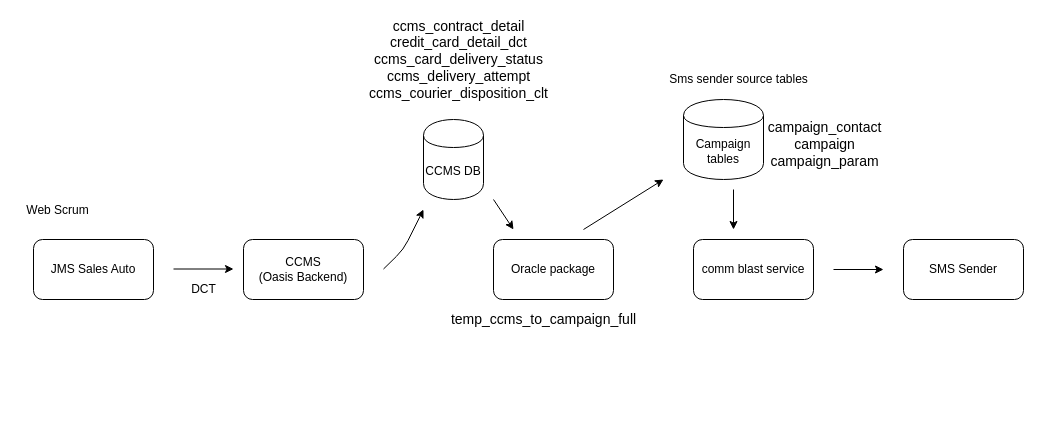
The draw.io diagram Untitled Diagram.drawio in JoemarieTeodoro/drawdotio, before the edit. Source tidied: cells renumbered, new cells numbered last; positions are measured from the earlier drawing's top-left corner, leaving out a move shared by most shapes. Both pictures are drawn from the tidied source at 100%, with x=0, y=0 at pixel (17, 19).
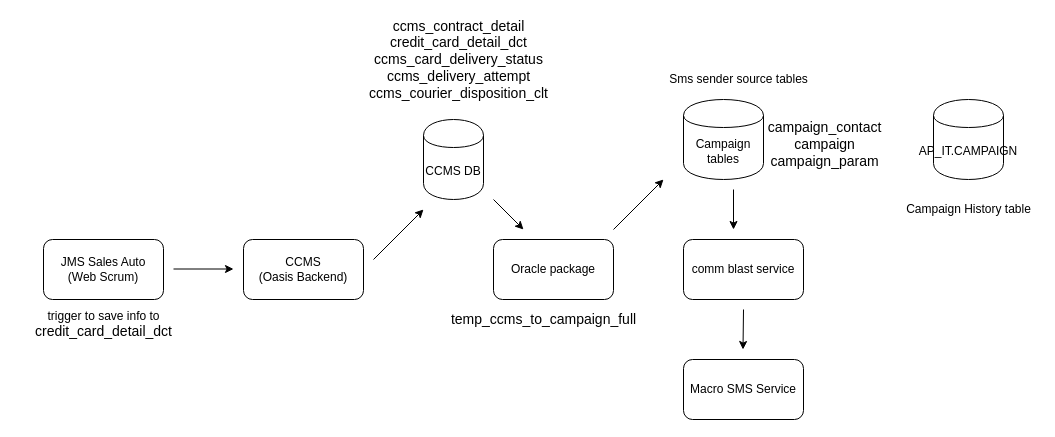
Above is the later version.

What changed in the source:
```diff
@@
-    <mxCell id="2" value="JMS Sales Auto" style="rounded=1;whiteSpace=wrap;html=1;" parent="1" vertex="1">
-      <mxGeometry x="16" y="220" width="120" height="60" as="geometry" />
+    <mxCell id="2" value="JMS Sales Auto&lt;br&gt;(&lt;span&gt;Web Scrum&lt;/span&gt;)" style="rounded=1;whiteSpace=wrap;html=1;" parent="1" vertex="1">
+      <mxGeometry x="26" y="220" width="120" height="60" as="geometry" />
     </mxCell>
@@
     <mxCell id="8" style="endArrow=classic;html=1;" parent="1" edge="1">
       <mxGeometry relative="1" as="geometry">
-        <mxPoint x="366" y="249.5" as="sourcePoint" />
+        <mxPoint x="356" y="240" as="sourcePoint" />
         <mxPoint x="406" y="190" as="targetPoint" />
-        <Array as="points">
-          <mxPoint x="386" y="230" />
-        </Array>
       </mxGeometry>
     </mxCell>
@@
     <mxCell id="10" style="endArrow=classic;html=1;" parent="1" edge="1">
       <mxGeometry relative="1" as="geometry">
-        <mxPoint x="566" y="210" as="sourcePoint" />
+        <mxPoint x="596" y="210" as="sourcePoint" />
         <mxPoint x="646" y="160" as="targetPoint" />
       </mxGeometry>
     </mxCell>
-    <mxCell id="11" value="SMS Sender" style="rounded=1;whiteSpace=wrap;html=1;" parent="1" vertex="1">
-      <mxGeometry x="886" y="220" width="120" height="60" as="geometry" />
+    <mxCell id="11" value="Macro SMS Service" style="rounded=1;whiteSpace=wrap;html=1;" parent="1" vertex="1">
+      <mxGeometry x="666" y="340" width="120" height="60" as="geometry" />
     </mxCell>
     <mxCell id="12" value="comm blast service&lt;br&gt;" style="rounded=1;whiteSpace=wrap;html=1;" parent="1" vertex="1">
-      <mxGeometry x="676" y="220" width="120" height="60" as="geometry" />
+      <mxGeometry x="666" y="220" width="120" height="60" as="geometry" />
     </mxCell>
     <mxCell id="13" style="endArrow=classic;html=1;" parent="1" edge="1">
       <mxGeometry relative="1" as="geometry">
-        <mxPoint x="816" y="250" as="sourcePoint" />
-        <mxPoint x="866" y="250" as="targetPoint" />
+        <mxPoint x="726" y="290" as="sourcePoint" />
+        <mxPoint x="725.5" y="330" as="targetPoint" />
       </mxGeometry>
     </mxCell>
-    <mxCell id="14" value="DCT" style="text;html=1;align=center;verticalAlign=middle;" parent="1" vertex="1">
-      <mxGeometry x="166" y="260" width="40" height="20" as="geometry" />
+    <mxCell id="14" value="trigger to save info to&lt;br&gt;&lt;span style=&quot;font-size: 14px&quot;&gt;credit_card_detail_dct&lt;/span&gt;" style="text;html=1;align=center;verticalAlign=middle;" parent="1" vertex="1">
+      <mxGeometry x="11" y="290" width="150" height="30" as="geometry" />
     </mxCell>
-    <mxCell id="15" value="Web Scrum&lt;br&gt;" style="text;html=1;align=center;verticalAlign=middle;" parent="1" vertex="1">
-      <mxGeometry y="181" width="80" height="20" as="geometry" />
-    </mxCell>
     <mxCell id="16" style="endArrow=classic;html=1;" parent="1" edge="1">
       <mxGeometry relative="1" as="geometry">
         <mxPoint x="476" y="180" as="sourcePoint" />
-        <mxPoint x="496" y="210" as="targetPoint" />
+        <mxPoint x="506" y="210" as="targetPoint" />
       </mxGeometry>
     </mxCell>
@@
+    <mxCell id="22" value="AP_IT.CAMPAIGN" style="shape=cylinder;whiteSpace=wrap;html=1;boundedLbl=1;backgroundOutline=1;" parent="1" vertex="1">
+      <mxGeometry x="916" y="80" width="70" height="80" as="geometry" />
+    </mxCell>
+    <mxCell id="23" value="Campaign History table" style="text;html=1;align=center;verticalAlign=middle;" parent="1" vertex="1">
+      <mxGeometry x="881" y="180" width="140" height="20" as="geometry" />
+    </mxCell>
```
